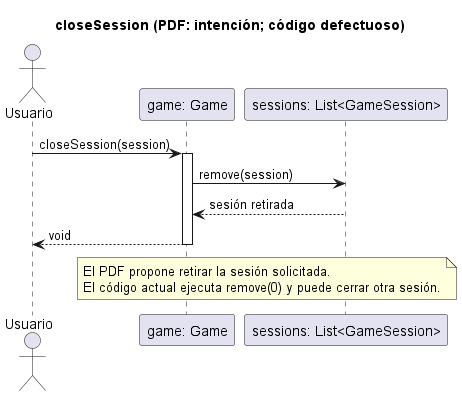
Before: docs/uml/capturas/domain-sequences_001.png, a diagram exported from PlantUML (PaglkG/ProyectoFinal-Dopo). The source it was exported from:
```plantuml
@startuml
title closeSession (PDF: intención; código defectuoso)
actor Usuario
participant "game: Game" as G
participant "sessions: List<GameSession>" as L
Usuario -> G ++: closeSession(session)
G -> L: remove(session)
L --> G: sesión retirada
G --> Usuario --: void
note over G,L
  El PDF propone retirar la sesión solicitada.
  El código actual ejecuta remove(0) y puede cerrar otra sesión.
end note
@enduml
```
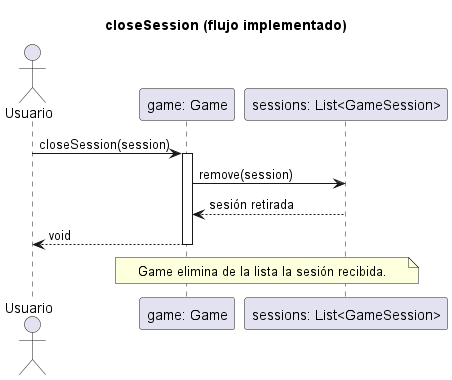
The same file after the commit.

What changed in the source:
```diff
@@ -1,5 +1,5 @@
 @startuml
-title closeSession (PDF: intención; código defectuoso)
+title closeSession (flujo implementado)
 actor Usuario
 participant "game: Game" as G
 participant "sessions: List<GameSession>" as L
@@ -8,7 +8,6 @@
 L --> G: sesión retirada
 G --> Usuario --: void
 note over G,L
-  El PDF propone retirar la sesión solicitada.
-  El código actual ejecuta remove(0) y puede cerrar otra sesión.
+  Game elimina de la lista la sesión recibida.
 end note
 @enduml
```
